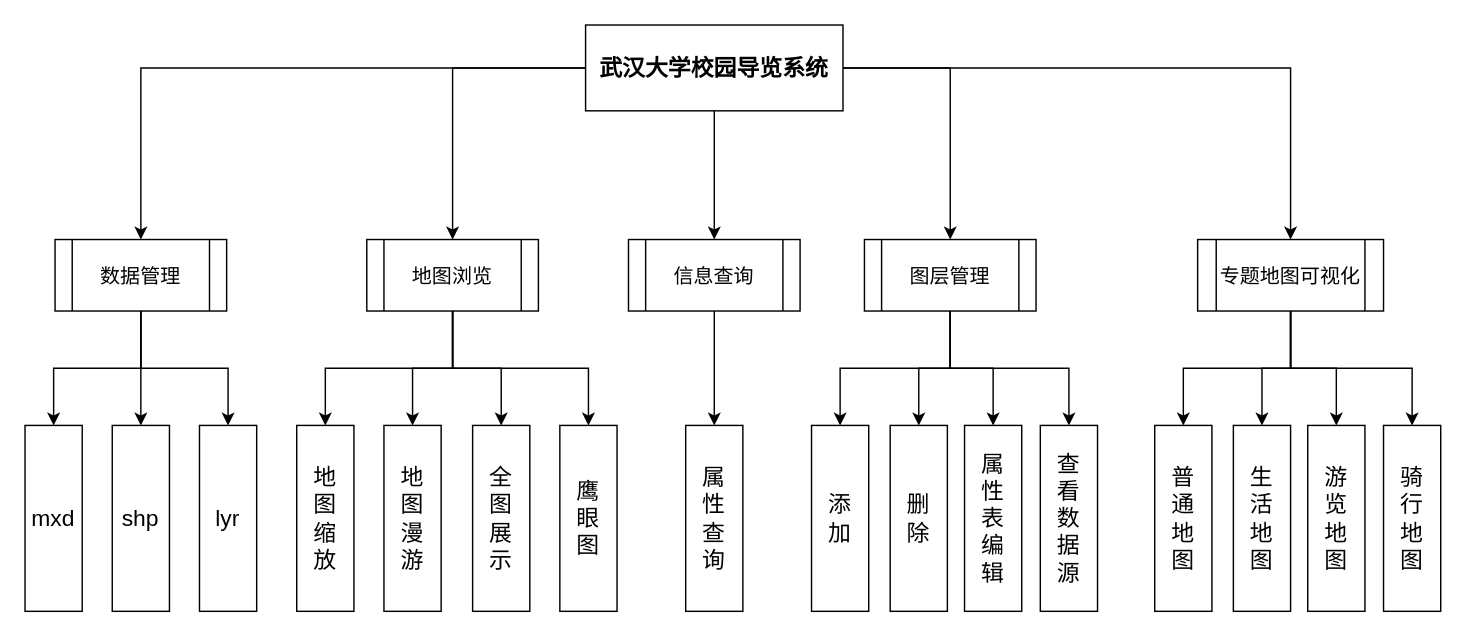
Earlier version of the draw.io diagram Awesome GIS.drawio (Civitasv/process). Source tidied: cells renumbered, new cells numbered last; positions are measured from the earlier drawing's top-left corner, leaving out a move shared by most shapes. Both pictures are drawn from the tidied source at 143%, with x=0, y=0 at pixel (24, 24).
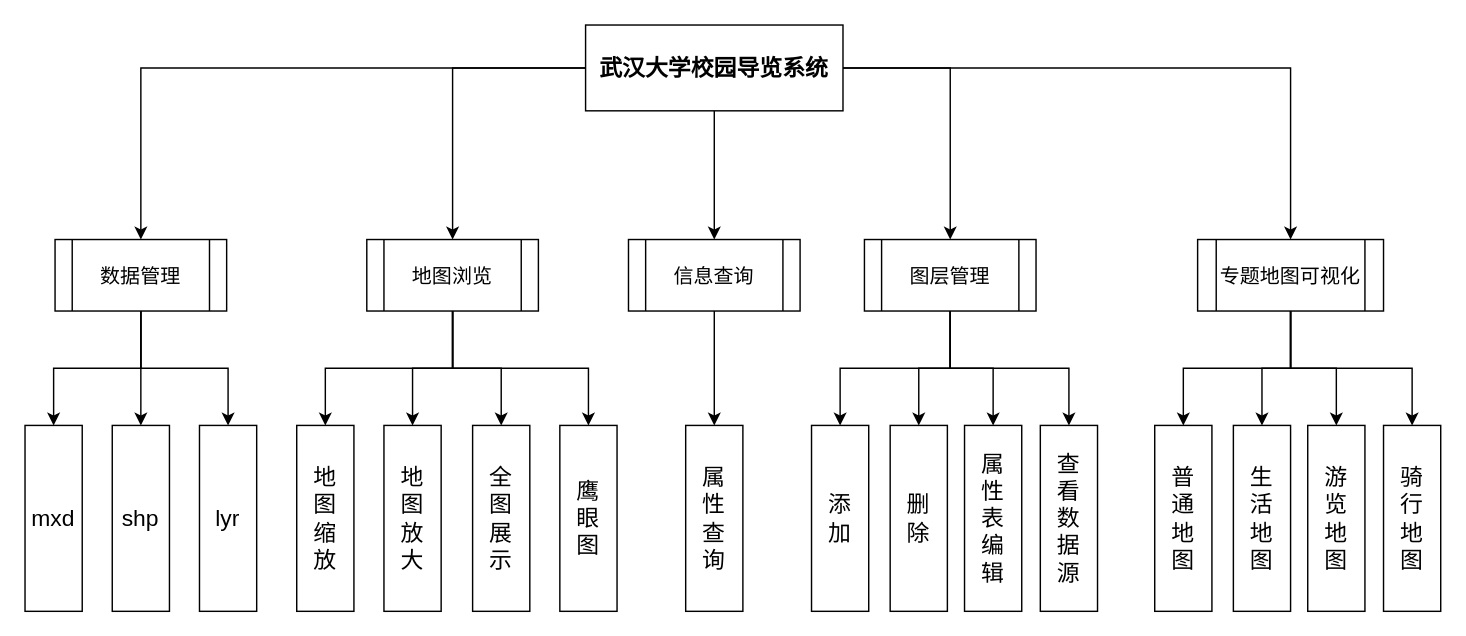
The same diagram, later.

Change to the diagram source:
```diff
@@
-    <mxCell id="33" value="地&lt;br&gt;图&lt;br&gt;漫&lt;br&gt;游" style="rounded=0;whiteSpace=wrap;html=1;fontSize=16;" parent="1" vertex="1">
+    <mxCell id="33" value="地&lt;br&gt;图&lt;br&gt;放&lt;br&gt;大" style="rounded=0;whiteSpace=wrap;html=1;fontSize=16;" parent="1" vertex="1">
       <mxGeometry x="251" y="280" width="40" height="130" as="geometry" />
     </mxCell>
```
